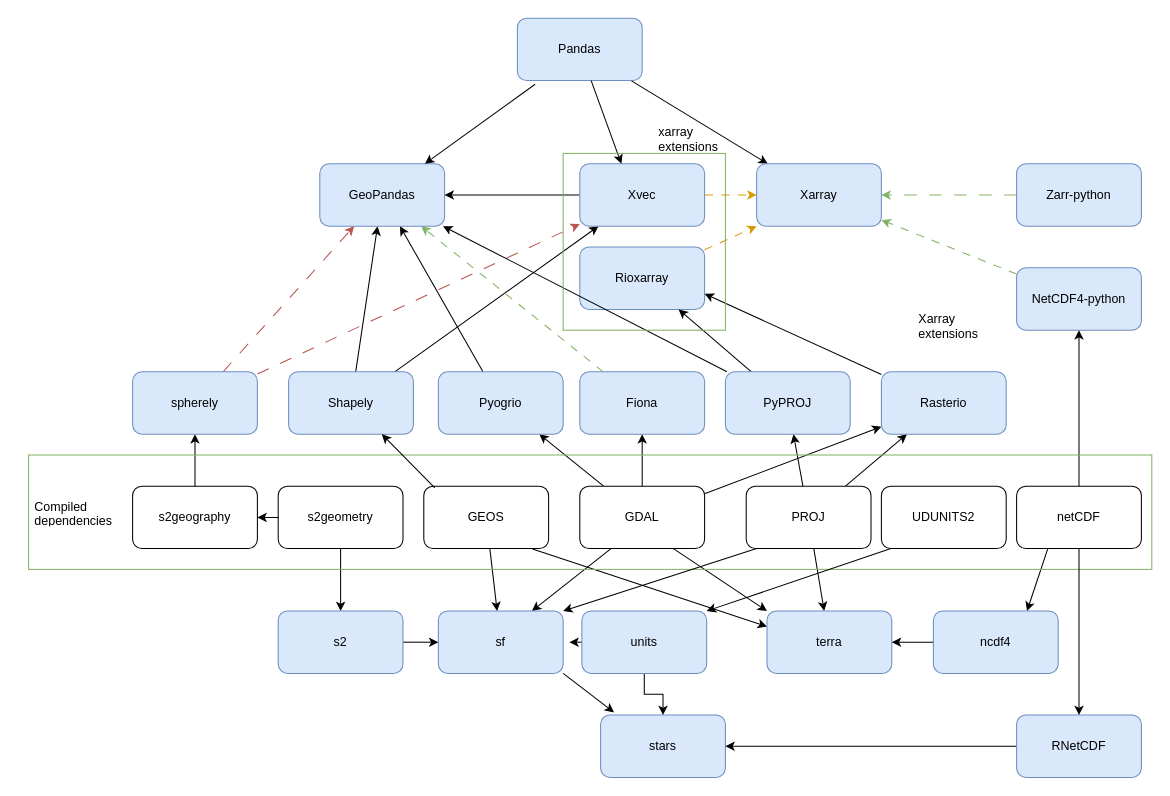
Earlier version of the draw.io diagram geopythonR.drawio (edzer/sdsl). Source tidied: cells renumbered, new cells numbered last; positions are measured from the earlier drawing's top-left corner, leaving out a move shared by most shapes. Both pictures are drawn from the tidied source at 104%, with x=0, y=0 at pixel (28, 18). Pictures stored in the file or linked from it are replaced by grey dashed boxes.
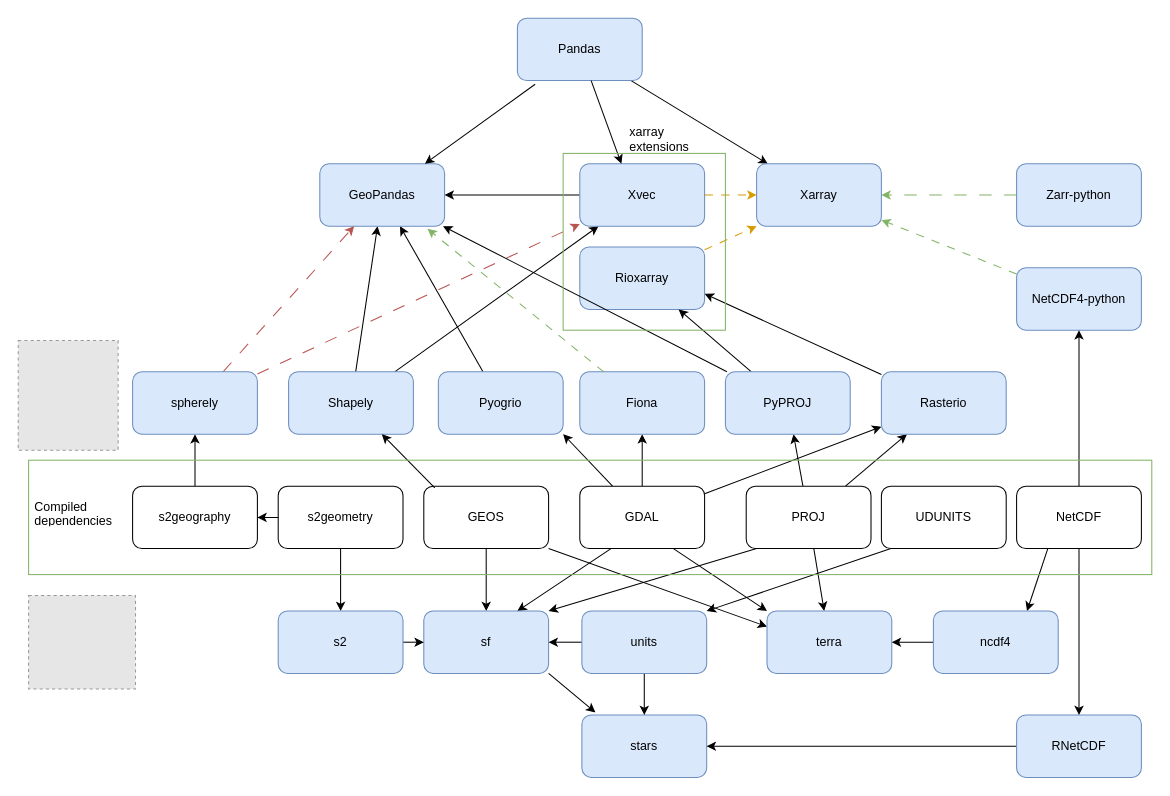
Above is the later version.

The change refers to these unchanged cells:
```xml
<mxCell id="4" value="GEOS" style="rounded=1;whiteSpace=wrap;html=1;" parent="1" vertex="1">
  <mxGeometry x="380" y="450" width="120" height="60" as="geometry" />
</mxCell>
<mxCell id="10" value="GDAL" style="rounded=1;whiteSpace=wrap;html=1;" parent="1" vertex="1">
  <mxGeometry x="530" y="450" width="120" height="60" as="geometry" />
</mxCell>
<mxCell id="19" value="Pyogrio" style="rounded=1;whiteSpace=wrap;html=1;fillColor=#dae8fc;strokeColor=#6c8ebf;" parent="1" vertex="1">
  <mxGeometry x="394" y="340" width="120" height="60" as="geometry" />
</mxCell>
<mxCell id="21" value="Fiona" style="rounded=1;whiteSpace=wrap;html=1;fillColor=#dae8fc;strokeColor=#6c8ebf;" parent="1" vertex="1">
  <mxGeometry x="530" y="340" width="120" height="60" as="geometry" />
</mxCell>
<mxCell id="24" value="GeoPandas" style="rounded=1;whiteSpace=wrap;html=1;fillColor=#dae8fc;strokeColor=#6c8ebf;" parent="1" vertex="1">
  <mxGeometry x="280" y="140" width="120" height="60" as="geometry" />
</mxCell>
<mxCell id="63" value="terra" style="rounded=1;whiteSpace=wrap;html=1;fillColor=#dae8fc;strokeColor=#6c8ebf;" parent="1" vertex="1">
  <mxGeometry x="710" y="570" width="120" height="60" as="geometry" />
</mxCell>
<mxCell id="75" value="units" style="rounded=1;whiteSpace=wrap;html=1;fillColor=#dae8fc;strokeColor=#6c8ebf;" parent="1" vertex="1">
  <mxGeometry x="532" y="570" width="120" height="60" as="geometry" />
</mxCell>
```

The edit, as a diff of the source:
```diff
@@
-    <mxCell id="3" style="rounded=0;jettySize=auto;html=1;exitX=0.871;exitY=1.008;exitDx=0;exitDy=0;entryX=0;entryY=0.25;entryDx=0;entryDy=0;exitPerimeter=0;" parent="1" edge="1" source="4" target="63">
+    <mxCell id="3" style="rounded=0;jettySize=auto;html=1;exitX=1;exitY=1;exitDx=0;exitDy=0;entryX=0;entryY=0.25;entryDx=0;entryDy=0;" parent="1" edge="1" source="4" target="63">
       <mxGeometry relative="1" as="geometry" />
     </mxCell>
@@
-    <mxCell id="5" style="rounded=0;jettySize=auto;html=1;" parent="1" edge="1" source="10" target="19">
-      <mxGeometry relative="1" as="geometry" />
-    </mxCell>
@@
-    <mxCell id="20" style="rounded=0;jettySize=auto;html=1;dashed=1;dashPattern=8 8;fillColor=#d5e8d4;strokeColor=#82b366;" parent="1" edge="1" source="21" target="24">
-      <mxGeometry relative="1" as="geometry" />
-    </mxCell>
@@
-    <mxCell id="37" value="netCDF" style="rounded=1;whiteSpace=wrap;html=1;" parent="1" vertex="1">
+    <mxCell id="37" value="NetCDF" style="rounded=1;whiteSpace=wrap;html=1;" parent="1" vertex="1">
       <mxGeometry x="950" y="450" width="120" height="60" as="geometry" />
     </mxCell>
@@
     <mxCell id="50" value="xarray extensions" style="text;strokeColor=none;fillColor=none;align=left;verticalAlign=middle;spacingLeft=4;spacingRight=4;overflow=hidden;whiteSpace=wrap;html=1;" parent="1" vertex="1">
-      <mxGeometry x="600" y="100" width="80" height="30" as="geometry" />
+      <mxGeometry x="572" y="100" width="80" height="30" as="geometry" />
     </mxCell>
-    <mxCell id="51" value="Xarray extensions" style="text;strokeColor=none;fillColor=none;align=left;verticalAlign=middle;spacingLeft=4;spacingRight=4;overflow=hidden;whiteSpace=wrap;html=1;" parent="1" vertex="1">
-      <mxGeometry x="850" y="280" width="80" height="30" as="geometry" />
-    </mxCell>
-    <mxCell id="52" style="rounded=0;whiteSpace=wrap;html=1;fillColor=none;strokeColor=#82b366;" parent="1" vertex="1">
-      <mxGeometry y="420" width="1080" height="110" as="geometry" />
-    </mxCell>
@@
     <mxCell id="59" value="sf" style="rounded=1;whiteSpace=wrap;html=1;fillColor=#dae8fc;strokeColor=#6c8ebf;" parent="1" vertex="1">
-      <mxGeometry x="394" y="570" width="120" height="60" as="geometry" />
+      <mxGeometry x="380" y="570" width="120" height="60" as="geometry" />
     </mxCell>
@@
     <mxCell id="62" value="stars" style="rounded=1;whiteSpace=wrap;html=1;fillColor=#dae8fc;strokeColor=#6c8ebf;" parent="1" vertex="1">
-      <mxGeometry x="550" y="670" width="120" height="60" as="geometry" />
+      <mxGeometry x="532" y="670" width="120" height="60" as="geometry" />
     </mxCell>
@@
-    <mxCell id="70" value="UDUNITS2" style="rounded=1;whiteSpace=wrap;html=1;" parent="1" vertex="1">
+    <mxCell id="70" value="UDUNITS" style="rounded=1;whiteSpace=wrap;html=1;" parent="1" vertex="1">
       <mxGeometry x="820" y="450" width="120" height="60" as="geometry" />
     </mxCell>
@@
-    <mxCell id="73" style="edgeStyle=orthogonalEdgeStyle;rounded=0;jettySize=auto;html=1;exitX=0;exitY=0.5;exitDx=0;exitDy=0;" parent="1" edge="1" source="75">
-      <mxGeometry relative="1" as="geometry">
-        <mxPoint x="520" y="600" as="targetPoint" />
-      </mxGeometry>
+    <mxCell id="73" style="edgeStyle=orthogonalEdgeStyle;rounded=0;jettySize=auto;html=1;exitX=0;exitY=0.5;exitDx=0;exitDy=0;entryX=1;entryY=0.5;entryDx=0;entryDy=0;" parent="1" edge="1" source="75" target="59">
+      <mxGeometry relative="1" as="geometry" />
     </mxCell>
-    <mxCell id="74" style="edgeStyle=orthogonalEdgeStyle;rounded=0;jettySize=auto;html=1;exitX=0.5;exitY=1;exitDx=0;exitDy=0;entryX=0.5;entryY=0;entryDx=0;entryDy=0;" parent="1" edge="1" source="75" target="62">
+    <mxCell id="74" style="rounded=0;jettySize=auto;html=1;exitX=0.5;exitY=1;exitDx=0;exitDy=0;entryX=0.5;entryY=0;entryDx=0;entryDy=0;" parent="1" edge="1" source="75" target="62">
       <mxGeometry relative="1" as="geometry" />
     </mxCell>
@@
+    <mxCell id="76" style="fillColor=#E6E6E6;strokeColor=#999999;dashed=1;verticalLabelPosition=bottom;labelBackgroundColor=default;verticalAlign=top;" parent="1" vertex="1">
+      <mxGeometry y="555" width="102.8" height="90" as="geometry" />
+    </mxCell>
+    <mxCell id="77" style="fillColor=#E6E6E6;strokeColor=#999999;dashed=1;verticalLabelPosition=bottom;labelBackgroundColor=default;verticalAlign=top;" parent="1" vertex="1">
+      <mxGeometry x="-10" y="310" width="96.1" height="105.5" as="geometry" />
+    </mxCell>
+    <mxCell id="20" style="rounded=0;jettySize=auto;html=1;dashed=1;dashPattern=8 8;fillColor=#d5e8d4;strokeColor=#82b366;entryX=0.863;entryY=1.042;entryDx=0;entryDy=0;entryPerimeter=0;" parent="1" edge="1" source="21" target="24">
+      <mxGeometry relative="1" as="geometry" />
+    </mxCell>
+    <mxCell id="5" style="rounded=0;jettySize=auto;html=1;entryX=1;entryY=1;entryDx=0;entryDy=0;" parent="1" edge="1" source="10" target="19">
+      <mxGeometry relative="1" as="geometry" />
+    </mxCell>
+    <mxCell id="52" style="rounded=0;whiteSpace=wrap;html=1;fillColor=none;strokeColor=#82b366;" parent="1" vertex="1">
+      <mxGeometry y="425" width="1080" height="110" as="geometry" />
+    </mxCell>
```
